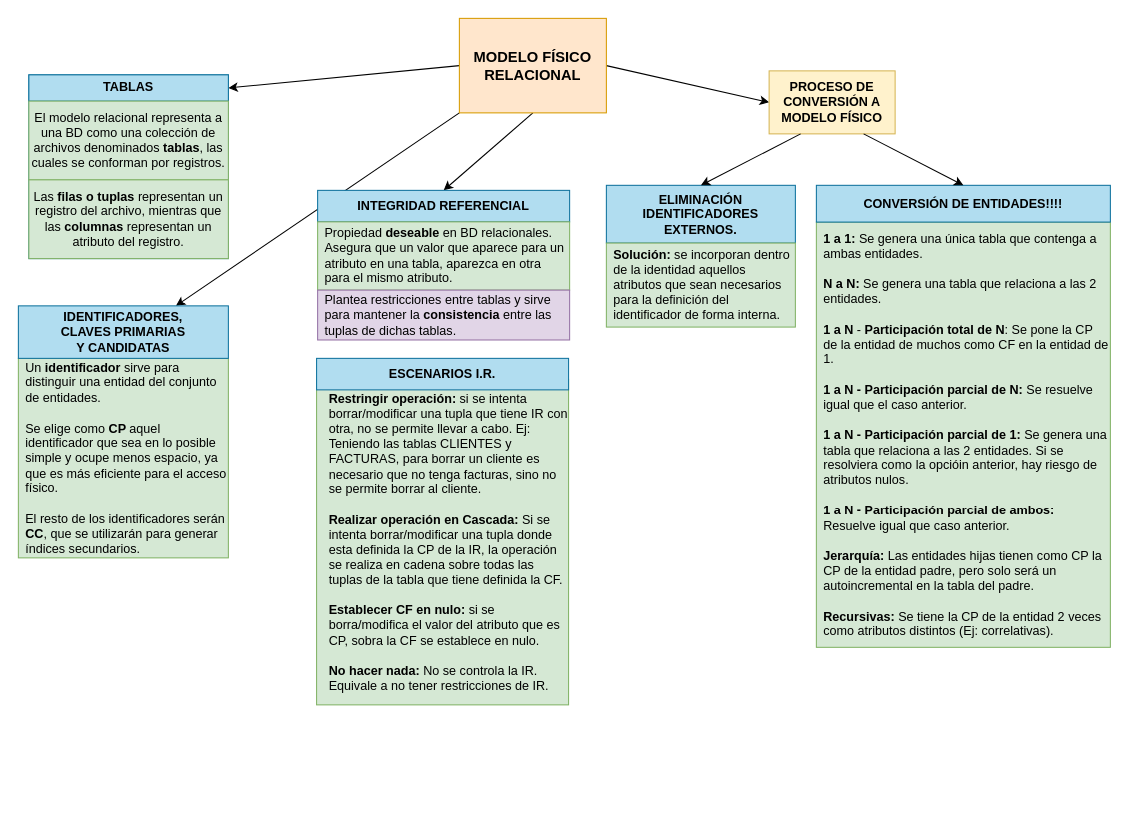
Earlier version of the draw.io diagram page "Modelo Físico" (5 of 7) of Diagrama-resumen.drawio (senras/DBD). Source tidied: cells renumbered, new cells numbered last; positions are measured from the earlier drawing's top-left corner, leaving out a move shared by most shapes. Both pictures are drawn from the tidied source at 105%, with x=0, y=0 at pixel (18, 18).
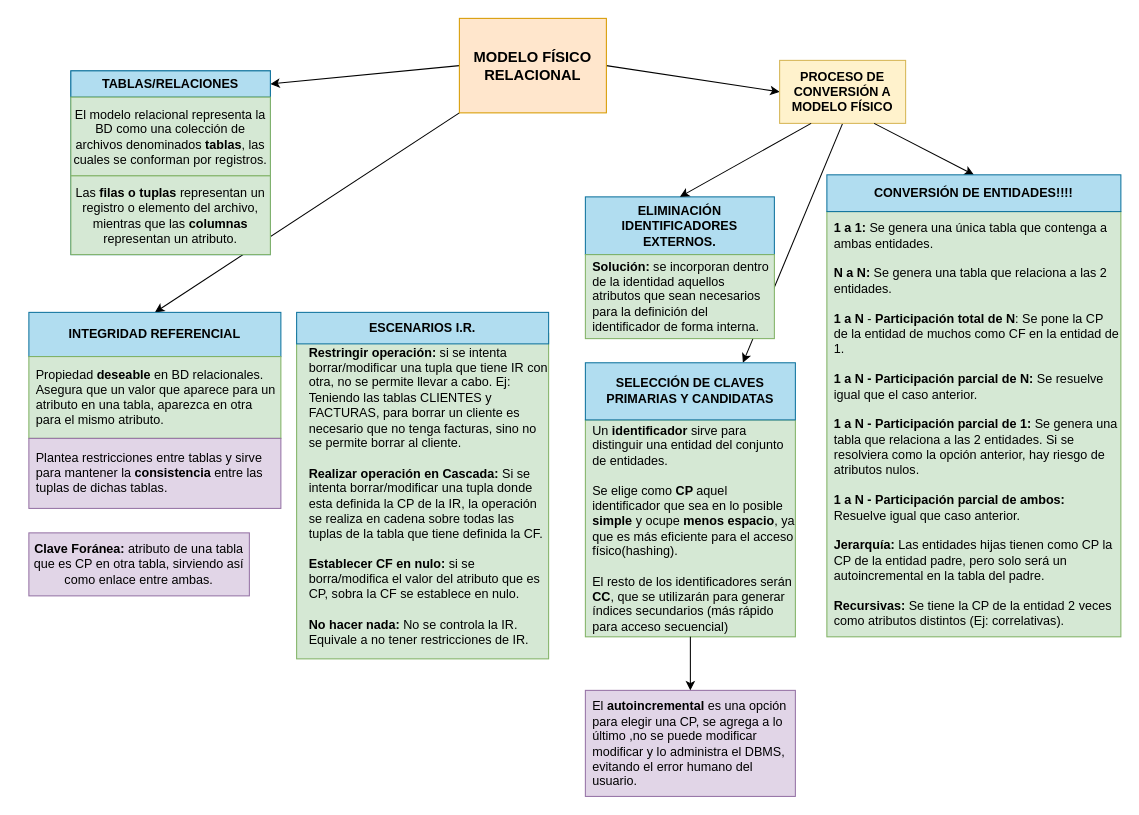
The same page after the edit.

The change refers to these unchanged cells:
```xml
<mxCell id="6" value="&lt;b&gt;&lt;font style=&quot;font-size: 14px;&quot;&gt;MODELO FÍSICO RELACIONAL&lt;/font&gt;&lt;/b&gt;" style="rounded=0;whiteSpace=wrap;html=1;fillColor=#ffe6cc;strokeColor=#d79b00;" parent="1" vertex="1">
  <mxGeometry x="420" width="140" height="90" as="geometry" />
</mxCell>
<mxCell id="24" value="&lt;b&gt;ELIMINACIÓN&lt;br&gt;IDENTIFICADORES EXTERNOS.&lt;/b&gt;" style="rounded=0;whiteSpace=wrap;html=1;fillColor=#b1ddf0;strokeColor=#10739e;" parent="23" vertex="1">
  <mxGeometry width="180" height="55" as="geometry" />
</mxCell>
```

What changed in the source:
```diff
@@
-    <mxCell id="2" style="rounded=0;jettySize=auto;html=1;exitX=0;exitY=1;exitDx=0;exitDy=0;entryX=0.75;entryY=0;entryDx=0;entryDy=0;startArrow=none;startFill=0;strokeWidth=1;endArrow=classic;endFill=1;" parent="1" edge="1" source="6" target="13">
-      <mxGeometry relative="1" as="geometry" />
-    </mxCell>
@@
-    <mxCell id="4" style="edgeStyle=none;rounded=0;jettySize=auto;html=1;exitX=0.5;exitY=1;exitDx=0;exitDy=0;entryX=0.5;entryY=0;entryDx=0;entryDy=0;startArrow=none;startFill=0;endArrow=classic;endFill=1;strokeWidth=1;" parent="1" edge="1" source="6" target="29">
+    <mxCell id="4" style="edgeStyle=none;rounded=0;jettySize=auto;html=1;exitX=0;exitY=1;exitDx=0;exitDy=0;entryX=0.5;entryY=0;entryDx=0;entryDy=0;startArrow=none;startFill=0;endArrow=classic;endFill=1;strokeWidth=1;" parent="1" edge="1" source="6" target="29">
       <mxGeometry relative="1" as="geometry" />
     </mxCell>
@@
     <mxCell id="7" style="group;fillColor=#b1ddf0;strokeColor=#10739e;" parent="1" vertex="1">
-      <mxGeometry x="10" y="53.8" width="190" height="175" as="geometry" />
+      <mxGeometry x="50" y="50" width="190" height="175" as="geometry" />
     </mxCell>
-    <mxCell id="8" value="&lt;b&gt;TABLAS&lt;/b&gt;" style="rounded=0;whiteSpace=wrap;html=1;fillColor=#b1ddf0;strokeColor=#10739e;" parent="7" vertex="1">
+    <mxCell id="8" value="&lt;b&gt;TABLAS/RELACIONES&lt;/b&gt;" style="rounded=0;whiteSpace=wrap;html=1;fillColor=#b1ddf0;strokeColor=#10739e;" parent="7" vertex="1">
       <mxGeometry width="190" height="25" as="geometry" />
     </mxCell>
-    <mxCell id="9" value="El modelo relacional representa a una BD como una colección de archivos denominados &lt;b&gt;tablas&lt;/b&gt;, las cuales se conforman por registros." style="text;html=1;strokeColor=#82b366;fillColor=#d5e8d4;align=center;verticalAlign=middle;whiteSpace=wrap;rounded=0;" parent="7" vertex="1">
+    <mxCell id="9" value="El modelo relacional representa la BD como una colección de archivos denominados &lt;b&gt;tablas&lt;/b&gt;, las cuales se conforman por registros." style="text;html=1;strokeColor=#82b366;fillColor=#d5e8d4;align=center;verticalAlign=middle;whiteSpace=wrap;rounded=0;" parent="7" vertex="1">
       <mxGeometry y="25" width="190" height="75" as="geometry" />
     </mxCell>
-    <mxCell id="10" value="Las &lt;b&gt;filas o tuplas&lt;/b&gt; representan un registro del archivo, mientras que las &lt;b&gt;columnas &lt;/b&gt;representan un atributo del registro." style="text;html=1;strokeColor=#82b366;fillColor=#d5e8d4;align=center;verticalAlign=middle;whiteSpace=wrap;rounded=0;" parent="7" vertex="1">
+    <mxCell id="10" value="Las &lt;b&gt;filas o tuplas&lt;/b&gt; representan un registro o elemento del archivo, mientras que las &lt;b&gt;columnas &lt;/b&gt;representan un atributo." style="text;html=1;strokeColor=#82b366;fillColor=#d5e8d4;align=center;verticalAlign=middle;whiteSpace=wrap;rounded=0;" parent="7" vertex="1">
       <mxGeometry y="100" width="190" height="75" as="geometry" />
     </mxCell>
-    <mxCell id="11" style="group;" parent="1" vertex="1">
-      <mxGeometry y="273.8" width="200" height="240" as="geometry" />
-    </mxCell>
-    <mxCell id="12" value="Un &lt;b&gt;identificador &lt;/b&gt;sirve para distinguir una entidad del conjunto de entidades.&lt;br&gt;&lt;br&gt;Se elige como &lt;b&gt;CP &lt;/b&gt;aquel identificador que sea en lo posible simple y ocupe menos espacio, ya que es más eficiente para el acceso físico.&lt;br&gt;&lt;br&gt;El resto de los identificadores serán &lt;b&gt;CC&lt;/b&gt;, que se utilizarán para generar índices secundarios." style="text;html=1;strokeColor=#82b366;fillColor=#d5e8d4;align=left;verticalAlign=middle;whiteSpace=wrap;rounded=0;spacingLeft=5;" parent="11" vertex="1">
-      <mxGeometry y="50" width="200" height="190" as="geometry" />
-    </mxCell>
-    <mxCell id="13" value="&lt;b&gt;IDENTIFICADORES,&lt;br&gt;CLAVES PRIMARIAS &lt;br&gt;Y CANDIDATAS&lt;/b&gt;" style="text;html=1;strokeColor=#10739e;fillColor=#b1ddf0;align=center;verticalAlign=middle;whiteSpace=wrap;rounded=0;" parent="11" vertex="1">
-      <mxGeometry width="200" height="50" as="geometry" />
-    </mxCell>
     <mxCell id="14" style="group;" parent="1" vertex="1">
-      <mxGeometry x="284" y="323.8" width="240" height="330" as="geometry" />
+      <mxGeometry x="265" y="280" width="240" height="330" as="geometry" />
     </mxCell>
@@
-    <mxCell id="17" style="group;" parent="1" vertex="1">
-      <mxGeometry x="560" y="50" width="480" height="549" as="geometry" />
-    </mxCell>
+    <mxCell id="28" style="group;" parent="1" vertex="1">
+      <mxGeometry x="10" y="280" width="240" height="200" as="geometry" />
+    </mxCell>
+    <mxCell id="29" value="&lt;b&gt;INTEGRIDAD REFERENCIAL&lt;/b&gt;" style="rounded=0;whiteSpace=wrap;html=1;fillColor=#b1ddf0;strokeColor=#10739e;" parent="28" vertex="1">
+      <mxGeometry width="240" height="42.1" as="geometry" />
+    </mxCell>
+    <mxCell id="30" value="Propiedad &lt;b&gt;deseable&lt;/b&gt;&amp;nbsp;en BD relacionales. Asegura que un valor que aparece para un atributo en una tabla, aparezca en otra para el mismo atributo." style="text;html=1;strokeColor=#82b366;fillColor=#d5e8d4;align=left;verticalAlign=middle;whiteSpace=wrap;rounded=0;spacingLeft=5;" parent="28" vertex="1">
+      <mxGeometry y="42.1" width="240" height="77.9" as="geometry" />
+    </mxCell>
+    <mxCell id="31" value="Plantea restricciones entre tablas y sirve para mantener la&amp;nbsp;&lt;b&gt;consistencia&amp;nbsp;&lt;/b&gt;entre las tuplas de dichas tablas." style="text;html=1;strokeColor=#9673a6;fillColor=#e1d5e7;align=left;verticalAlign=middle;whiteSpace=wrap;rounded=0;spacingLeft=5;" parent="28" vertex="1">
+      <mxGeometry y="120" width="240" height="66.7" as="geometry" />
+    </mxCell>
+    <mxCell id="2" style="rounded=0;jettySize=auto;html=1;exitX=0.5;exitY=1;exitDx=0;exitDy=0;entryX=0.75;entryY=0;entryDx=0;entryDy=0;startArrow=none;startFill=0;strokeWidth=1;endArrow=classic;endFill=1;" parent="1" edge="1" source="18" target="13">
+      <mxGeometry relative="1" as="geometry" />
+    </mxCell>
-    <mxCell id="18" value="&lt;b&gt;PROCESO DE CONVERSIÓN A&lt;br&gt;MODELO FÍSICO&lt;/b&gt;" style="rounded=0;whiteSpace=wrap;html=1;fillColor=#fff2cc;strokeColor=#d6b656;" parent="17" vertex="1">
-      <mxGeometry x="155" width="120" height="60" as="geometry" />
+    <mxCell id="18" value="&lt;b&gt;PROCESO DE CONVERSIÓN A&lt;br&gt;MODELO FÍSICO&lt;/b&gt;" style="rounded=0;whiteSpace=wrap;html=1;fillColor=#fff2cc;strokeColor=#d6b656;" parent="1" vertex="1">
+      <mxGeometry x="725" y="40" width="120" height="60" as="geometry" />
     </mxCell>
-    <mxCell id="19" style="group;" parent="17" vertex="1">
-      <mxGeometry x="200" y="109" width="280" height="440" as="geometry" />
-    </mxCell>
-    <mxCell id="20" value="&lt;b&gt;1 a 1: &lt;/b&gt;Se genera una única tabla que contenga a ambas entidades.&lt;br&gt;&lt;br&gt;&lt;b&gt;N a N:&lt;/b&gt;&amp;nbsp;Se genera una tabla que relaciona a las 2 entidades.&lt;br&gt;&lt;br&gt;&lt;b&gt;1 a N &lt;/b&gt;- &lt;b&gt;Participación total de N&lt;/b&gt;: Se pone la CP de la entidad de muchos como CF en la entidad de 1.&lt;br&gt;&lt;br&gt;&lt;b&gt;1 a N - Participación parcial de N:&lt;/b&gt;&amp;nbsp;Se resuelve igual que el caso anterior.&lt;br&gt;&lt;br&gt;&lt;b&gt;1 a N - Participación parcial de 1:&amp;nbsp;&lt;/b&gt;Se genera una tabla que relaciona a las 2 entidades. Si se resolviera como la opcióin anterior, hay riesgo de atributos nulos.&lt;br&gt;&lt;br&gt;&lt;b&gt;1 a N - Participación parcial de ambos: &lt;/b&gt;Resuelve igual que caso anterior.&lt;br&gt;&lt;br&gt;&lt;b&gt;Jerarquía: &lt;/b&gt;Las entidades hijas tienen como CP la CP de la entidad padre, pero solo será un autoincremental en la tabla del padre.&lt;br&gt;&lt;br&gt;&lt;b&gt;Recursivas: &lt;/b&gt;Se tiene la CP de la entidad 2 veces como atributos distintos (Ej: correlativas)." style="rounded=0;whiteSpace=wrap;html=1;fillColor=#d5e8d4;strokeColor=#82b366;align=left;spacingLeft=5;" parent="19" vertex="1">
-      <mxGeometry y="35" width="280" height="405" as="geometry" />
-    </mxCell>
-    <mxCell id="21" value="&lt;b&gt;CONVERSIÓN DE ENTIDADES!!!!&lt;/b&gt;" style="rounded=0;whiteSpace=wrap;html=1;fillColor=#b1ddf0;strokeColor=#10739e;" parent="19" vertex="1">
-      <mxGeometry width="280" height="35" as="geometry" />
-    </mxCell>
-    <mxCell id="22" style="edgeStyle=none;rounded=0;jettySize=auto;html=1;exitX=0.75;exitY=1;exitDx=0;exitDy=0;entryX=0.5;entryY=0;entryDx=0;entryDy=0;" parent="17" edge="1" source="18" target="21">
+    <mxCell id="22" style="edgeStyle=none;rounded=0;jettySize=auto;html=1;exitX=0.75;exitY=1;exitDx=0;exitDy=0;entryX=0.5;entryY=0;entryDx=0;entryDy=0;" parent="1" edge="1" source="18" target="21">
       <mxGeometry relative="1" as="geometry" />
     </mxCell>
-    <mxCell id="23" style="group;align=left;spacingLeft=4;" parent="17" vertex="1">
-      <mxGeometry y="109" width="180" height="135" as="geometry" />
+    <mxCell id="23" style="group;align=left;spacingLeft=4;" parent="1" vertex="1">
+      <mxGeometry x="540" y="170" width="180" height="135" as="geometry" />
     </mxCell>
@@
-    <mxCell id="27" style="edgeStyle=none;rounded=0;jettySize=auto;html=1;exitX=0.25;exitY=1;exitDx=0;exitDy=0;entryX=0.5;entryY=0;entryDx=0;entryDy=0;endArrow=classic;endFill=1;startArrow=none;startFill=0;" parent="17" edge="1" source="18" target="24">
+    <mxCell id="27" style="edgeStyle=none;rounded=0;jettySize=auto;html=1;exitX=0.25;exitY=1;exitDx=0;exitDy=0;entryX=0.5;entryY=0;entryDx=0;entryDy=0;endArrow=classic;endFill=1;startArrow=none;startFill=0;" parent="1" edge="1" source="18" target="24">
       <mxGeometry relative="1" as="geometry" />
     </mxCell>
-    <mxCell id="28" style="group;" parent="1" vertex="1">
-      <mxGeometry x="285" y="163.8" width="240" height="142.5" as="geometry" />
-    </mxCell>
-    <mxCell id="29" value="&lt;b&gt;INTEGRIDAD REFERENCIAL&lt;/b&gt;" style="rounded=0;whiteSpace=wrap;html=1;fillColor=#b1ddf0;strokeColor=#10739e;" parent="28" vertex="1">
-      <mxGeometry width="240" height="30" as="geometry" />
-    </mxCell>
-    <mxCell id="30" value="Propiedad &lt;b&gt;deseable&lt;/b&gt;&amp;nbsp;en BD relacionales. Asegura que un valor que aparece para un atributo en una tabla, aparezca en otra para el mismo atributo." style="text;html=1;strokeColor=#82b366;fillColor=#d5e8d4;align=left;verticalAlign=middle;whiteSpace=wrap;rounded=0;spacingLeft=5;" parent="28" vertex="1">
-      <mxGeometry y="30" width="240" height="65" as="geometry" />
-    </mxCell>
-    <mxCell id="31" value="Plantea restricciones entre tablas y sirve para mantener la&amp;nbsp;&lt;b&gt;consistencia&amp;nbsp;&lt;/b&gt;entre las tuplas de dichas tablas." style="text;html=1;strokeColor=#9673a6;fillColor=#e1d5e7;align=left;verticalAlign=middle;whiteSpace=wrap;rounded=0;spacingLeft=5;" parent="28" vertex="1">
-      <mxGeometry y="95" width="240" height="47.5" as="geometry" />
-    </mxCell>
+    <mxCell id="32" style="group;" parent="1" vertex="1">
+      <mxGeometry x="540" y="328" width="200" height="261" as="geometry" />
+    </mxCell>
+    <mxCell id="12" value="Un &lt;b&gt;identificador &lt;/b&gt;sirve para distinguir una entidad del conjunto de entidades.&lt;br&gt;&lt;br&gt;Se elige como &lt;b&gt;CP &lt;/b&gt;aquel identificador que sea en lo posible &lt;b&gt;simple &lt;/b&gt;y ocupe &lt;b&gt;menos espacio&lt;/b&gt;, ya que es más eficiente para el acceso físico(hashing).&lt;br&gt;&lt;br&gt;El resto de los identificadores serán &lt;b&gt;CC&lt;/b&gt;, que se utilizarán para generar índices secundarios (más rápido para acceso secuencial)" style="text;html=1;strokeColor=#82b366;fillColor=#d5e8d4;align=left;verticalAlign=middle;whiteSpace=wrap;rounded=0;spacingLeft=5;" parent="32" vertex="1">
+      <mxGeometry y="54.4" width="200" height="206.6" as="geometry" />
+    </mxCell>
+    <mxCell id="13" value="&lt;b&gt;SELECCIÓN DE CLAVES PRIMARIAS Y CANDIDATAS&lt;/b&gt;" style="text;html=1;strokeColor=#10739e;fillColor=#b1ddf0;align=center;verticalAlign=middle;whiteSpace=wrap;rounded=0;" parent="32" vertex="1">
+      <mxGeometry width="200" height="54.4" as="geometry" />
+    </mxCell>
+    <mxCell id="33" value="El &lt;b&gt;autoincremental &lt;/b&gt;es una opción para elegir una CP, se agrega a lo último ,no se puede modificar modificar y lo administra el DBMS,&amp;nbsp; evitando el error humano del usuario." style="rounded=0;whiteSpace=wrap;html=1;strokeWidth=1;fillColor=#e1d5e7;strokeColor=#9673a6;align=left;spacingLeft=5;" parent="1" vertex="1">
+      <mxGeometry x="540" y="640" width="200" height="101" as="geometry" />
+    </mxCell>
+    <mxCell id="34" style="edgeStyle=none;rounded=0;jettySize=auto;html=1;exitX=0.5;exitY=1;exitDx=0;exitDy=0;entryX=0.5;entryY=0;entryDx=0;entryDy=0;" parent="1" edge="1" source="12" target="33">
+      <mxGeometry relative="1" as="geometry" />
+    </mxCell>
+    <mxCell id="35" value="&lt;b&gt;Clave Foránea:&lt;/b&gt; atributo de una tabla que es CP en otra tabla, sirviendo así como enlace entre ambas." style="rounded=0;whiteSpace=wrap;html=1;strokeWidth=1;fillColor=#e1d5e7;strokeColor=#9673a6;" parent="1" vertex="1">
+      <mxGeometry x="10" y="490" width="210" height="60" as="geometry" />
+    </mxCell>
+    <mxCell id="20" value="&lt;b&gt;1 a 1: &lt;/b&gt;Se genera una única tabla que contenga a ambas entidades.&lt;br&gt;&lt;br&gt;&lt;b&gt;N a N:&lt;/b&gt;&amp;nbsp;Se genera una tabla que relaciona a las 2 entidades.&lt;br&gt;&lt;br&gt;&lt;b&gt;1 a N &lt;/b&gt;- &lt;b&gt;Participación total de N&lt;/b&gt;: Se pone la CP de la entidad de muchos como CF en la entidad de 1.&lt;br&gt;&lt;br&gt;&lt;b&gt;1 a N - Participación parcial de N:&lt;/b&gt;&amp;nbsp;Se resuelve igual que el caso anterior.&lt;br&gt;&lt;br&gt;&lt;b&gt;1 a N - Participación parcial de 1:&amp;nbsp;&lt;/b&gt;Se genera una tabla que relaciona a las 2 entidades. Si se resolviera como la opción anterior, hay riesgo de atributos nulos.&lt;br&gt;&lt;br&gt;&lt;b&gt;1 a N - Participación parcial de ambos: &lt;/b&gt;Resuelve igual que caso anterior.&lt;br&gt;&lt;br&gt;&lt;b&gt;Jerarquía: &lt;/b&gt;Las entidades hijas tienen como CP la CP de la entidad padre, pero solo será un autoincremental en la tabla del padre.&lt;br&gt;&lt;br&gt;&lt;b&gt;Recursivas: &lt;/b&gt;Se tiene la CP de la entidad 2 veces como atributos distintos (Ej: correlativas)." style="rounded=0;whiteSpace=wrap;html=1;fillColor=#d5e8d4;strokeColor=#82b366;align=left;spacingLeft=5;" parent="1" vertex="1">
+      <mxGeometry x="770" y="184" width="280" height="405" as="geometry" />
+    </mxCell>
+    <mxCell id="21" value="&lt;b&gt;CONVERSIÓN DE ENTIDADES!!!!&lt;/b&gt;" style="rounded=0;whiteSpace=wrap;html=1;fillColor=#b1ddf0;strokeColor=#10739e;" parent="1" vertex="1">
+      <mxGeometry x="770" y="149" width="280" height="35" as="geometry" />
+    </mxCell>
```
